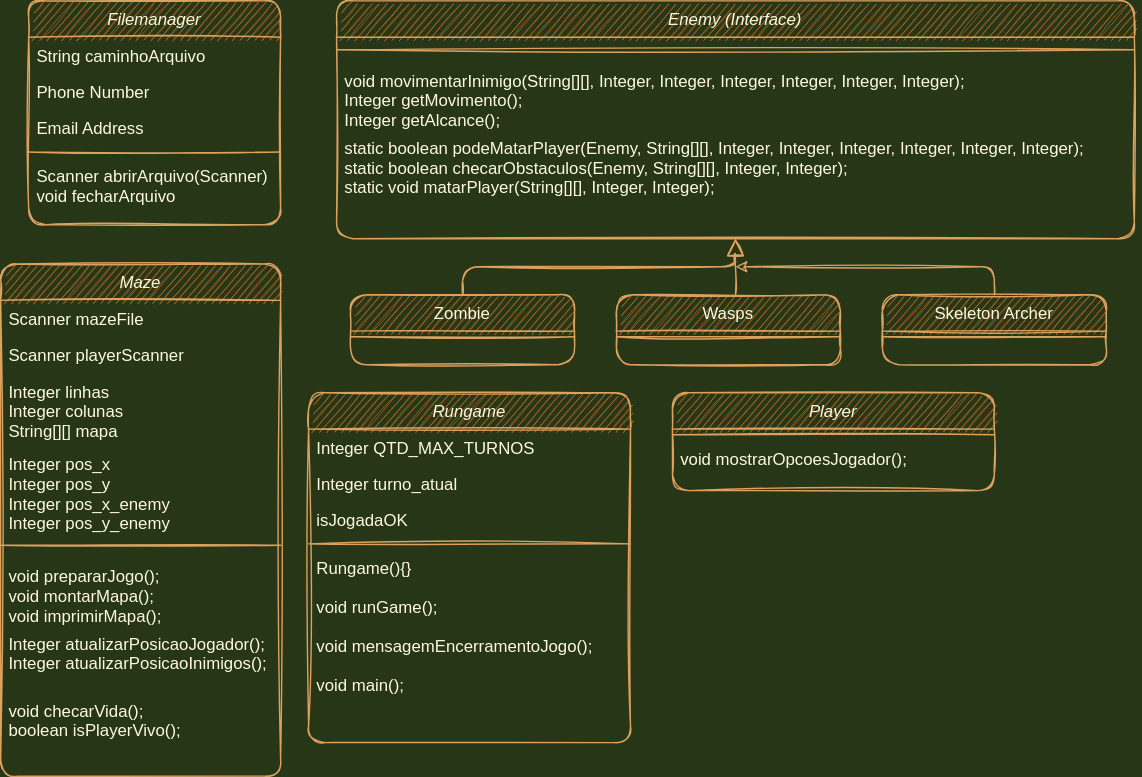
This is OnMyWayDiagram.svg from AndreonSM/OnMyWayGame, a draw.io export, as it was before one commit. Source tidied: cells renumbered, new cells last; positions are measured from the earlier drawing's top-left corner, leaving out a move shared by most shapes.
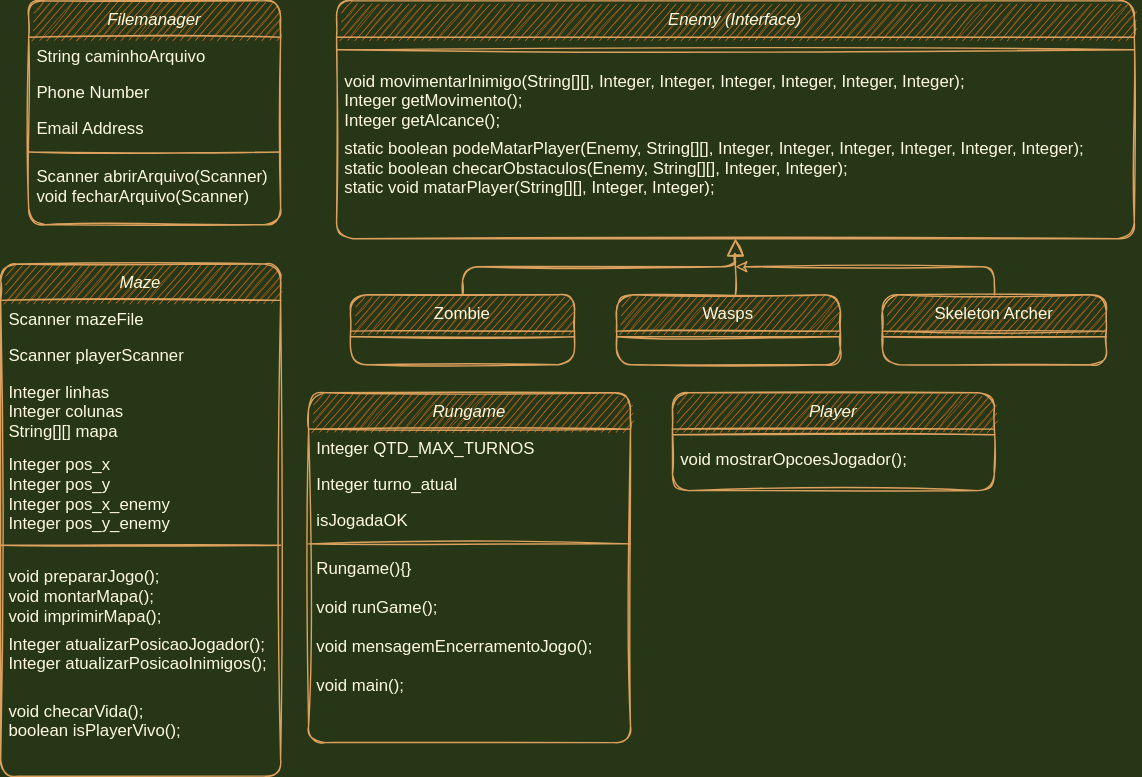
The same file after the commit.

Commit message:
docs(fix): missing Javadoc and ClassDiagram data

The edit, as a diff of the source:
```diff
@@ -66,7 +66,7 @@
     <mxCell id="19" style="line;html=1;strokeWidth=1;align=left;verticalAlign=middle;spacingTop=-1;spacingLeft=3;spacingRight=3;labelPosition=right;labelBackgroundColor=#283618;fillColor=#BC6C25;strokeColor=#DDA15E;fontColor=#FEFAE0;sketch=1;rounded=1;" parent="15" vertex="1">
       <mxGeometry y="104" width="180" height="8" as="geometry" />
     </mxCell>
-    <mxCell id="20" value="Scanner abrirArquivo(Scanner)&#10;void fecharArquivo" style="text;align=left;verticalAlign=top;spacingLeft=4;spacingRight=4;overflow=hidden;fontColor=#FEFAE0;sketch=1;rounded=1;" parent="15" vertex="1">
+    <mxCell id="20" value="Scanner abrirArquivo(Scanner)&#10;void fecharArquivo(Scanner)" style="text;align=left;verticalAlign=top;spacingLeft=4;spacingRight=4;overflow=hidden;fontColor=#FEFAE0;sketch=1;rounded=1;" parent="15" vertex="1">
       <mxGeometry y="112" width="180" height="48" as="geometry" />
     </mxCell>
     <mxCell id="21" value="Maze" style="swimlane;fontStyle=2;align=center;verticalAlign=top;horizontal=1;startSize=26;rounded=1;shadow=0;strokeWidth=1;fillColor=#BC6C25;strokeColor=#DDA15E;fontColor=#FEFAE0;sketch=1;" parent="1" vertex="1">
```
